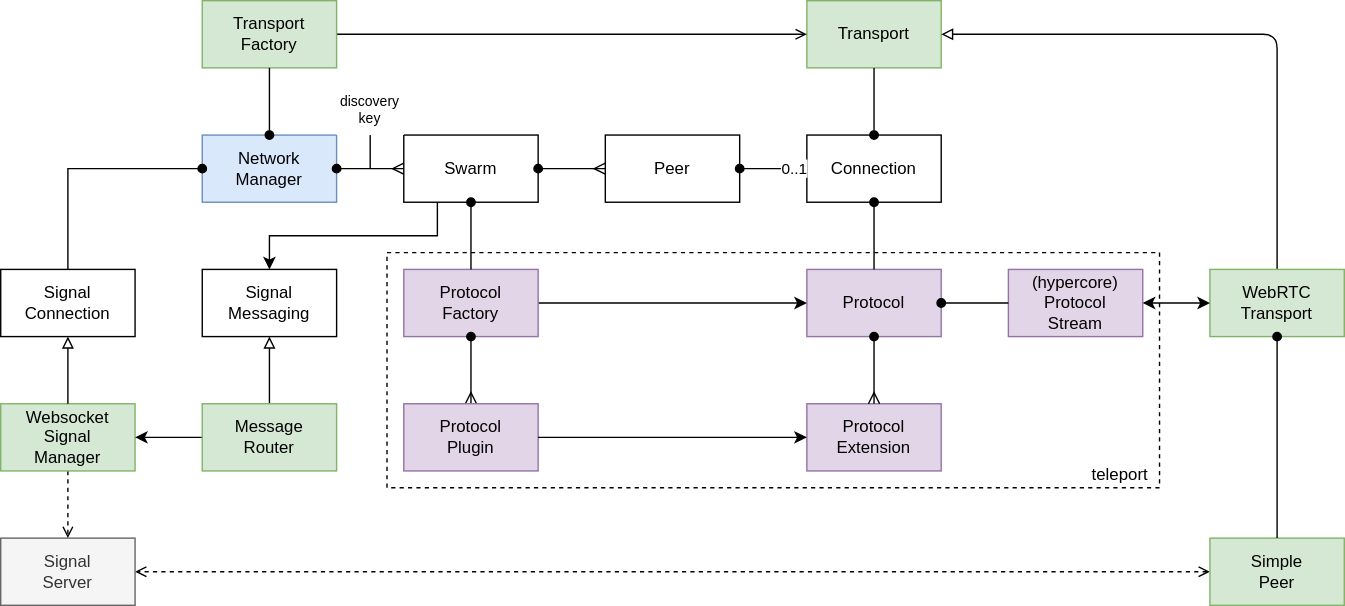
dxos/dxos keeps this draw.io diagram as docs/docs/design/diagrams/mesh-network-manager.drawio.svg. Above is the earlier version. Source tidied: cells renumbered, new cells last; positions are measured from the earlier drawing's top-left corner, leaving out a move shared by most shapes.
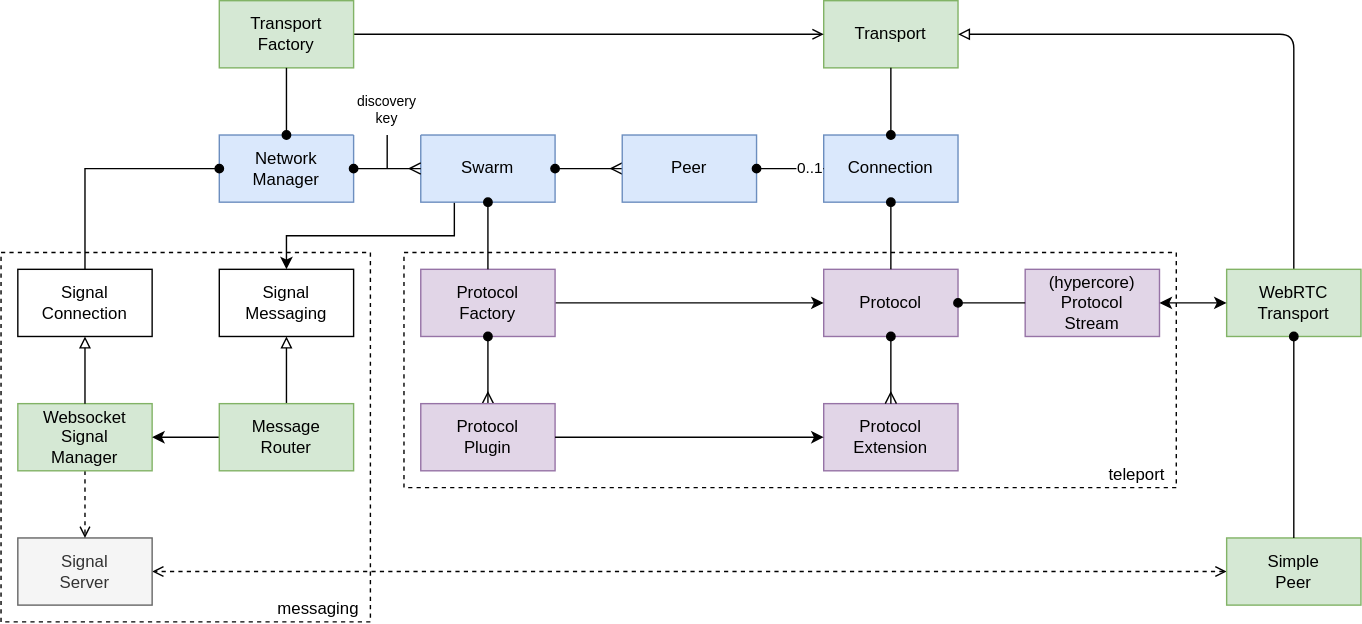
The same file after the commit.

Commit message:
Add assert to change state

Change to the diagram source:
```diff
@@ -21,10 +21,10 @@
     <mxCell id="6" style="edgeStyle=orthogonalEdgeStyle;rounded=0;html=1;exitX=0.25;exitY=1;exitDx=0;exitDy=0;entryX=0.5;entryY=0;entryDx=0;entryDy=0;endArrow=classic;endFill=1;" parent="1" edge="1" source="7" target="34">
       <mxGeometry relative="1" as="geometry" />
     </mxCell>
-    <mxCell id="7" value="Swarm" style="rounded=0;whiteSpace=wrap;html=1;" parent="1" vertex="1">
+    <mxCell id="7" value="Swarm" style="rounded=0;whiteSpace=wrap;html=1;fillColor=#dae8fc;strokeColor=#6c8ebf;" parent="1" vertex="1">
       <mxGeometry x="288" y="96" width="96" height="48" as="geometry" />
     </mxCell>
-    <mxCell id="8" value="Connection" style="rounded=0;whiteSpace=wrap;html=1;" parent="1" vertex="1">
+    <mxCell id="8" value="Connection" style="rounded=0;whiteSpace=wrap;html=1;fillColor=#dae8fc;strokeColor=#6c8ebf;" parent="1" vertex="1">
       <mxGeometry x="576" y="96" width="96" height="48" as="geometry" />
     </mxCell>
     <mxCell id="9" style="edgeStyle=none;html=1;exitX=1;exitY=0.5;exitDx=0;exitDy=0;endArrow=ERmany;endFill=0;startArrow=oval;startFill=1;entryX=0;entryY=0.5;entryDx=0;entryDy=0;" parent="1" edge="1" source="7" target="39">
@@ -119,7 +119,7 @@
     <mxCell id="38" value="Message&lt;br&gt;Router" style="rounded=0;whiteSpace=wrap;html=1;fillColor=#d5e8d4;strokeColor=#82b366;" parent="1" vertex="1">
       <mxGeometry x="144" y="288" width="96" height="48" as="geometry" />
     </mxCell>
-    <mxCell id="39" value="Peer" style="rounded=0;whiteSpace=wrap;html=1;" parent="1" vertex="1">
+    <mxCell id="39" value="Peer" style="rounded=0;whiteSpace=wrap;html=1;fillColor=#dae8fc;strokeColor=#6c8ebf;" parent="1" vertex="1">
       <mxGeometry x="432" y="96" width="96" height="48" as="geometry" />
     </mxCell>
     <mxCell id="40" style="edgeStyle=none;html=1;exitX=1;exitY=0.5;exitDx=0;exitDy=0;entryX=0;entryY=0.5;entryDx=0;entryDy=0;startArrow=oval;startFill=1;endArrow=none;endFill=0;" parent="1" edge="1" source="39" target="8">
@@ -143,5 +143,8 @@
     <mxCell id="46" style="edgeStyle=none;html=1;exitX=0.5;exitY=0;exitDx=0;exitDy=0;startArrow=oval;startFill=1;endArrow=none;endFill=0;" parent="1" edge="1" source="8" target="3">
       <mxGeometry relative="1" as="geometry" />
     </mxCell>
+    <mxCell id="47" value="messaging" style="rounded=0;whiteSpace=wrap;html=1;dashed=1;fillColor=none;verticalAlign=bottom;align=right;spacingRight=6;" parent="1" vertex="1">
+      <mxGeometry x="-12" y="180" width="264" height="264" as="geometry" />
+    </mxCell>
   </root>
 </mxGraphModel>
```
